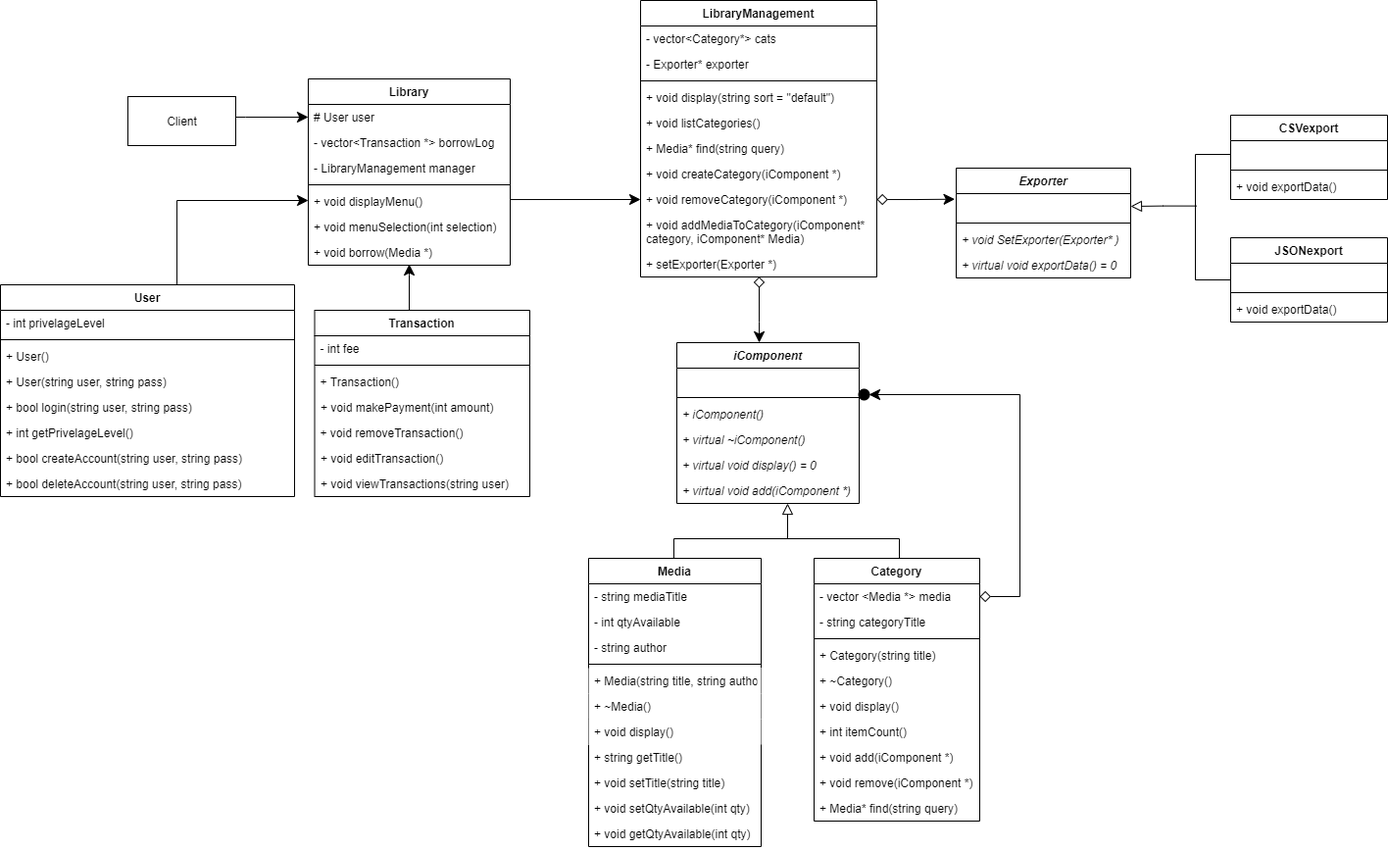
Above: Efficient Library System - OMT.png in omar-a-007/CS100-OfflineLibrary (draw.io), before the change. Source tidied: cells renumbered, new cells last; positions are measured from the earlier drawing's top-left corner, leaving out a move shared by most shapes.
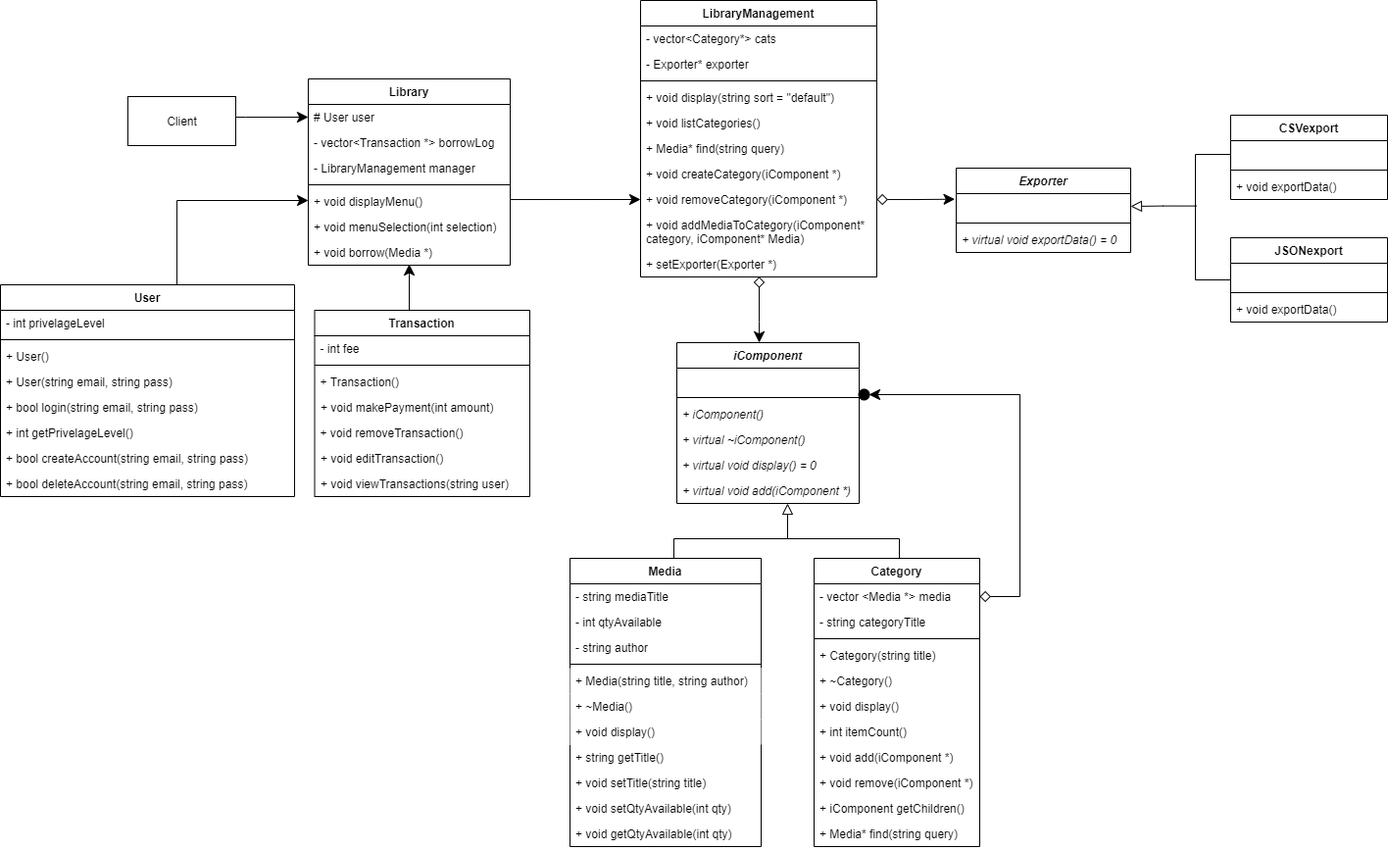
The same file after the commit.

What changed in the source:
```diff
@@ -45,19 +45,19 @@
     <mxCell id="14" value="+ User()" style="text;strokeColor=none;fillColor=none;align=left;verticalAlign=top;spacingLeft=4;spacingRight=4;overflow=hidden;" parent="11" vertex="1">
       <mxGeometry y="60" width="300" height="26" as="geometry" />
     </mxCell>
-    <mxCell id="15" value="+ User(string user, string pass)" style="text;strokeColor=none;fillColor=none;align=left;verticalAlign=top;spacingLeft=4;spacingRight=4;overflow=hidden;whiteSpace=wrap;" parent="11" vertex="1">
+    <mxCell id="15" value="+ User(string email, string pass)" style="text;strokeColor=none;fillColor=none;align=left;verticalAlign=top;spacingLeft=4;spacingRight=4;overflow=hidden;whiteSpace=wrap;" parent="11" vertex="1">
       <mxGeometry y="86" width="300" height="26" as="geometry" />
     </mxCell>
-    <mxCell id="16" value="+ bool login(string user, string pass)" style="text;strokeColor=none;fillColor=none;align=left;verticalAlign=top;spacingLeft=4;spacingRight=4;overflow=hidden;whiteSpace=wrap;" parent="11" vertex="1">
+    <mxCell id="16" value="+ bool login(string email, string pass)" style="text;strokeColor=none;fillColor=none;align=left;verticalAlign=top;spacingLeft=4;spacingRight=4;overflow=hidden;whiteSpace=wrap;" parent="11" vertex="1">
       <mxGeometry y="112" width="300" height="26" as="geometry" />
     </mxCell>
     <mxCell id="17" value="+ int getPrivelageLevel()" style="text;strokeColor=none;fillColor=none;align=left;verticalAlign=top;spacingLeft=4;spacingRight=4;overflow=hidden;" parent="11" vertex="1">
       <mxGeometry y="138" width="300" height="26" as="geometry" />
     </mxCell>
-    <mxCell id="18" value="+ bool createAccount(string user, string pass)" style="text;strokeColor=none;fillColor=none;align=left;verticalAlign=top;spacingLeft=4;spacingRight=4;overflow=hidden;whiteSpace=wrap;" parent="11" vertex="1">
+    <mxCell id="18" value="+ bool createAccount(string email, string pass)" style="text;strokeColor=none;fillColor=none;align=left;verticalAlign=top;spacingLeft=4;spacingRight=4;overflow=hidden;whiteSpace=wrap;" parent="11" vertex="1">
       <mxGeometry y="164" width="300" height="26" as="geometry" />
     </mxCell>
-    <mxCell id="19" value="+ bool deleteAccount(string user, string pass)" style="text;strokeColor=none;fillColor=none;align=left;verticalAlign=top;spacingLeft=4;spacingRight=4;overflow=hidden;whiteSpace=wrap;" parent="11" vertex="1">
+    <mxCell id="19" value="+ bool deleteAccount(string email, string pass)" style="text;strokeColor=none;fillColor=none;align=left;verticalAlign=top;spacingLeft=4;spacingRight=4;overflow=hidden;whiteSpace=wrap;" parent="11" vertex="1">
       <mxGeometry y="190" width="300" height="26" as="geometry" />
     </mxCell>
     <mxCell id="20" style="edgeStyle=orthogonalEdgeStyle;rounded=0;jettySize=auto;html=1;entryX=0;entryY=0.5;entryDx=0;entryDy=0;endSize=9;startSize=9;" parent="1" edge="1" source="21" target="3">
@@ -141,7 +141,7 @@
       </mxGeometry>
     </mxCell>
     <mxCell id="40" value="Category" style="swimlane;fontStyle=1;align=center;verticalAlign=top;horizontal=1;startSize=26;" parent="1" vertex="1">
-      <mxGeometry x="830" y="569" width="169" height="268" as="geometry" />
+      <mxGeometry x="830" y="569" width="169" height="294" as="geometry" />
     </mxCell>
     <mxCell id="41" value="- vector &lt;Media *&gt; media" style="text;strokeColor=none;fillColor=none;align=left;verticalAlign=top;spacingLeft=4;spacingRight=4;overflow=hidden;points=[[0,0.5],[1,0.5]];portConstraint=eastwest;" parent="40" vertex="1">
       <mxGeometry y="26" width="169" height="26" as="geometry" />
@@ -170,8 +170,11 @@
     <mxCell id="49" value="+ void remove(iComponent *)" style="text;strokeColor=none;fillColor=none;align=left;verticalAlign=top;spacingLeft=4;spacingRight=4;overflow=hidden;" parent="40" vertex="1">
       <mxGeometry y="216" width="169" height="26" as="geometry" />
     </mxCell>
+    <mxCell id="94" value="+ iComponent getChildren()" style="text;strokeColor=none;fillColor=none;align=left;verticalAlign=top;spacingLeft=4;spacingRight=4;overflow=hidden;" parent="40" vertex="1">
+      <mxGeometry y="242" width="169" height="26" as="geometry" />
+    </mxCell>
     <mxCell id="50" value="+ Media* find(string query)" style="text;strokeColor=none;fillColor=none;align=left;verticalAlign=top;spacingLeft=4;spacingRight=4;overflow=hidden;" parent="40" vertex="1">
-      <mxGeometry y="242" width="169" height="26" as="geometry" />
+      <mxGeometry y="268" width="169" height="26" as="geometry" />
     </mxCell>
     <mxCell id="51" style="edgeStyle=orthogonalEdgeStyle;rounded=0;jettySize=auto;html=1;startArrow=none;startFill=0;startSize=9;endArrow=block;endFill=0;exitX=0;exitY=0.5;exitDx=0;exitDy=0;exitPerimeter=0;endSize=9;" parent="1" edge="1" source="52" target="38">
       <mxGeometry relative="1" as="geometry">
@@ -192,40 +195,40 @@
       </mxGeometry>
     </mxCell>
     <mxCell id="54" value="Media" style="swimlane;fontStyle=1;align=center;verticalAlign=top;horizontal=1;startSize=26;" parent="1" vertex="1">
-      <mxGeometry x="600" y="569" width="176" height="294" as="geometry" />
+      <mxGeometry x="581" y="569" width="195" height="294" as="geometry" />
     </mxCell>
     <mxCell id="55" value="- string mediaTitle" style="text;strokeColor=none;fillColor=none;align=left;verticalAlign=top;spacingLeft=4;spacingRight=4;overflow=hidden;" parent="54" vertex="1">
-      <mxGeometry y="26" width="176" height="26" as="geometry" />
+      <mxGeometry y="26" width="195" height="26" as="geometry" />
     </mxCell>
     <mxCell id="56" value="- int qtyAvailable" style="text;strokeColor=none;fillColor=none;align=left;verticalAlign=top;spacingLeft=4;spacingRight=4;overflow=hidden;" parent="54" vertex="1">
-      <mxGeometry y="52" width="176" height="26" as="geometry" />
+      <mxGeometry y="52" width="195" height="26" as="geometry" />
     </mxCell>
     <mxCell id="57" value="- string author" style="text;strokeColor=none;fillColor=none;align=left;verticalAlign=top;spacingLeft=4;spacingRight=4;overflow=hidden;" parent="54" vertex="1">
-      <mxGeometry y="78" width="176" height="26" as="geometry" />
+      <mxGeometry y="78" width="195" height="26" as="geometry" />
     </mxCell>
     <mxCell id="58" style="line;strokeWidth=1;fillColor=none;align=left;verticalAlign=middle;spacingTop=-1;spacingLeft=3;spacingRight=3;labelPosition=right;" parent="54" vertex="1">
-      <mxGeometry y="104" width="176" height="8" as="geometry" />
+      <mxGeometry y="104" width="195" height="8" as="geometry" />
     </mxCell>
     <mxCell id="59" value="+ Media(string title, string author)" style="text;strokeColor=none;align=left;verticalAlign=top;spacingLeft=4;spacingRight=4;overflow=hidden;fillColor=#ffffff;" parent="54" vertex="1">
-      <mxGeometry y="112" width="176" height="26" as="geometry" />
+      <mxGeometry y="112" width="195" height="26" as="geometry" />
     </mxCell>
     <mxCell id="60" value="+ ~Media()" style="text;strokeColor=none;align=left;verticalAlign=top;spacingLeft=4;spacingRight=4;overflow=hidden;fillColor=#ffffff;" parent="54" vertex="1">
-      <mxGeometry y="138" width="176" height="26" as="geometry" />
+      <mxGeometry y="138" width="195" height="26" as="geometry" />
     </mxCell>
     <mxCell id="61" value="+ void display()" style="text;strokeColor=none;align=left;verticalAlign=top;spacingLeft=4;spacingRight=4;overflow=hidden;fillColor=#ffffff;" parent="54" vertex="1">
-      <mxGeometry y="164" width="176" height="26" as="geometry" />
+      <mxGeometry y="164" width="195" height="26" as="geometry" />
     </mxCell>
     <mxCell id="62" value="+ string getTitle()" style="text;strokeColor=none;fillColor=none;align=left;verticalAlign=top;spacingLeft=4;spacingRight=4;overflow=hidden;" parent="54" vertex="1">
-      <mxGeometry y="190" width="176" height="26" as="geometry" />
+      <mxGeometry y="190" width="195" height="26" as="geometry" />
     </mxCell>
     <mxCell id="63" value="+ void setTitle(string title)" style="text;strokeColor=none;fillColor=none;align=left;verticalAlign=top;spacingLeft=4;spacingRight=4;overflow=hidden;" parent="54" vertex="1">
-      <mxGeometry y="216" width="176" height="26" as="geometry" />
+      <mxGeometry y="216" width="195" height="26" as="geometry" />
     </mxCell>
     <mxCell id="64" value="+ void setQtyAvailable(int qty)" style="text;strokeColor=none;fillColor=none;align=left;verticalAlign=top;spacingLeft=4;spacingRight=4;overflow=hidden;" parent="54" vertex="1">
-      <mxGeometry y="242" width="176" height="26" as="geometry" />
+      <mxGeometry y="242" width="195" height="26" as="geometry" />
     </mxCell>
     <mxCell id="65" value="+ void getQtyAvailable(int qty)" style="text;strokeColor=none;fillColor=none;align=left;verticalAlign=top;spacingLeft=4;spacingRight=4;overflow=hidden;" parent="54" vertex="1">
-      <mxGeometry y="268" width="176" height="26" as="geometry" />
+      <mxGeometry y="268" width="195" height="26" as="geometry" />
     </mxCell>
     <mxCell id="66" value="LibraryManagement" style="swimlane;fontStyle=1;align=center;verticalAlign=top;horizontal=1;startSize=26;" parent="1" vertex="1">
       <mxGeometry x="653" width="241" height="282" as="geometry" />
@@ -261,7 +264,7 @@
       <mxGeometry y="256" width="241" height="26" as="geometry" />
     </mxCell>
     <mxCell id="77" value="Exporter" style="swimlane;fontStyle=3;align=center;verticalAlign=top;horizontal=1;startSize=26;strokeWidth=1;" parent="1" vertex="1">
-      <mxGeometry x="975" y="171" width="178" height="112" as="geometry" />
+      <mxGeometry x="975" y="171" width="178" height="86" as="geometry" />
     </mxCell>
     <mxCell id="78" value=" " style="text;strokeColor=none;fillColor=none;align=left;verticalAlign=top;spacingLeft=4;spacingRight=4;overflow=hidden;points=[[0,0.5],[1,0.5]];portConstraint=eastwest;" parent="77" vertex="1">
       <mxGeometry y="26" width="178" height="26" as="geometry" />
@@ -269,11 +272,8 @@
     <mxCell id="79" style="line;strokeWidth=1;fillColor=none;align=left;verticalAlign=middle;spacingTop=-1;spacingLeft=3;spacingRight=3;labelPosition=right;" parent="77" vertex="1">
       <mxGeometry y="52" width="178" height="8" as="geometry" />
     </mxCell>
-    <mxCell id="80" value="+ void SetExporter(Exporter* )" style="text;strokeColor=none;fillColor=none;align=left;verticalAlign=top;spacingLeft=4;spacingRight=4;overflow=hidden;fontStyle=2;" parent="77" vertex="1">
-      <mxGeometry y="60" width="178" height="26" as="geometry" />
-    </mxCell>
     <mxCell id="81" value="+ virtual void exportData() = 0" style="text;strokeColor=none;fillColor=none;align=left;verticalAlign=top;spacingLeft=4;spacingRight=4;overflow=hidden;fontStyle=2;" parent="77" vertex="1">
-      <mxGeometry y="86" width="178" height="26" as="geometry" />
+      <mxGeometry y="60" width="178" height="26" as="geometry" />
     </mxCell>
     <mxCell id="82" style="edgeStyle=orthogonalEdgeStyle;rounded=0;jettySize=auto;html=1;startArrow=diamond;startFill=0;startSize=9;endArrow=classic;endFill=1;endSize=9;entryX=-0.008;entryY=0.219;entryDx=0;entryDy=0;entryPerimeter=0;" parent="1" edge="1" source="74" target="78">
       <mxGeometry relative="1" as="geometry" />
```
